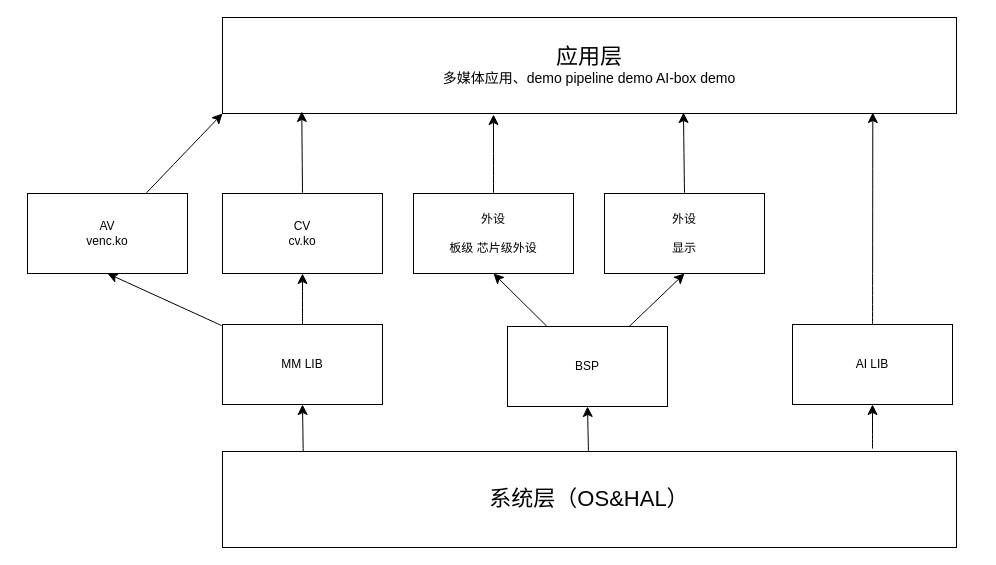
This is WS SDK.drawio from ghoker143/HAL_DriverLib, a draw.io file, before an edit. Source tidied: cells renumbered, new cells numbered last; positions are measured from the earlier drawing's top-left corner, leaving out a move shared by most shapes. Both pictures are drawn from the tidied source at 100%, with x=0, y=0 at pixel (27, 17).
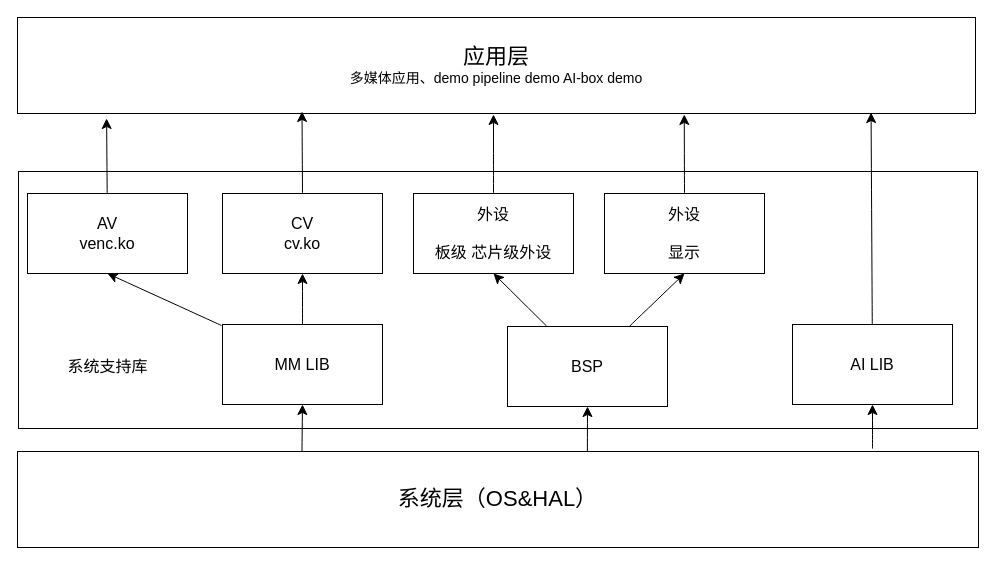
After the change.

Diff of the diagram source:
```diff
@@
+    <mxCell id="23" style="rounded=0;whiteSpace=wrap;html=1;" parent="1" vertex="1">
+      <mxGeometry x="-9" y="154" width="959" height="257" as="geometry" />
+    </mxCell>
@@
-    <mxCell id="4" value="MM LIB" style="rounded=0;whiteSpace=wrap;html=1;" parent="1" vertex="1">
+    <mxCell id="4" value="&lt;font style=&quot;font-size: 16px;&quot;&gt;MM LIB&lt;/font&gt;" style="rounded=0;whiteSpace=wrap;html=1;" parent="1" vertex="1">
       <mxGeometry x="195" y="307" width="160" height="80" as="geometry" />
     </mxCell>
-    <mxCell id="5" style="edgeStyle=none;curved=1;rounded=0;jettySize=auto;html=1;entryX=0.5;entryY=1;entryDx=0;entryDy=0;fontSize=12;startSize=8;endSize=8;exitX=0.11;exitY=0.031;exitDx=0;exitDy=0;exitPerimeter=0;" parent="1" edge="1" source="8" target="4">
+    <mxCell id="5" style="edgeStyle=none;curved=1;rounded=0;jettySize=auto;html=1;entryX=0.5;entryY=1;entryDx=0;entryDy=0;fontSize=12;startSize=8;endSize=8;exitX=0.296;exitY=0.01;exitDx=0;exitDy=0;exitPerimeter=0;" parent="1" edge="1" source="8" target="4">
       <mxGeometry relative="1" as="geometry" />
     </mxCell>
-    <mxCell id="6" style="edgeStyle=none;curved=1;rounded=0;jettySize=auto;html=1;entryX=0.5;entryY=1;entryDx=0;entryDy=0;fontSize=12;startSize=8;endSize=8;" parent="1" edge="1" source="8" target="11">
+    <mxCell id="6" style="edgeStyle=none;curved=1;rounded=0;jettySize=auto;html=1;entryX=0.5;entryY=1;entryDx=0;entryDy=0;fontSize=12;startSize=8;endSize=8;exitX=0.593;exitY=0.01;exitDx=0;exitDy=0;exitPerimeter=0;" parent="1" edge="1" source="8" target="11">
       <mxGeometry relative="1" as="geometry" />
     </mxCell>
@@
     <mxCell id="8" value="&lt;font style=&quot;font-size: 22px;&quot;&gt;系统层（OS&amp;amp;HAL）&lt;/font&gt;" style="rounded=0;whiteSpace=wrap;html=1;" parent="1" vertex="1">
-      <mxGeometry x="195" y="434" width="734" height="96" as="geometry" />
+      <mxGeometry x="-10" y="434" width="961" height="96" as="geometry" />
     </mxCell>
@@
-    <mxCell id="11" value="BSP" style="rounded=0;whiteSpace=wrap;html=1;" parent="1" vertex="1">
+    <mxCell id="11" value="&lt;font style=&quot;font-size: 16px;&quot;&gt;BSP&lt;/font&gt;" style="rounded=0;whiteSpace=wrap;html=1;" parent="1" vertex="1">
       <mxGeometry x="480" y="309" width="160" height="80" as="geometry" />
     </mxCell>
-    <mxCell id="12" value="&lt;div&gt;AI LIB&lt;br&gt;&lt;/div&gt;" style="rounded=0;whiteSpace=wrap;html=1;" parent="1" vertex="1">
+    <mxCell id="12" value="&lt;div style=&quot;font-size: 16px;&quot;&gt;AI LIB&lt;br&gt;&lt;/div&gt;" style="rounded=0;whiteSpace=wrap;html=1;" parent="1" vertex="1">
       <mxGeometry x="765" y="307" width="160" height="80" as="geometry" />
     </mxCell>
-    <mxCell id="13" value="&lt;div&gt;CV&lt;/div&gt;&lt;div&gt;cv.ko&lt;br&gt;&lt;/div&gt;" style="rounded=0;whiteSpace=wrap;html=1;" parent="1" vertex="1">
+    <mxCell id="13" value="&lt;div style=&quot;font-size: 16px;&quot;&gt;&lt;font style=&quot;font-size: 16px;&quot;&gt;CV&lt;/font&gt;&lt;/div&gt;&lt;div style=&quot;font-size: 16px;&quot;&gt;&lt;font style=&quot;font-size: 16px;&quot;&gt;cv.ko&lt;br&gt;&lt;/font&gt;&lt;/div&gt;" style="rounded=0;whiteSpace=wrap;html=1;" parent="1" vertex="1">
       <mxGeometry x="195" y="176" width="160" height="80" as="geometry" />
     </mxCell>
-    <mxCell id="14" style="edgeStyle=none;curved=1;rounded=0;jettySize=auto;html=1;entryX=0;entryY=1;entryDx=0;entryDy=0;fontSize=12;startSize=8;endSize=8;" parent="1" edge="1" source="15" target="19">
+    <mxCell id="14" style="edgeStyle=none;curved=1;rounded=0;jettySize=auto;html=1;entryX=0.093;entryY=1.052;entryDx=0;entryDy=0;fontSize=12;startSize=8;endSize=8;entryPerimeter=0;" parent="1" edge="1" source="15" target="19">
       <mxGeometry relative="1" as="geometry" />
     </mxCell>
-    <mxCell id="15" value="&lt;div&gt;AV&lt;/div&gt;&lt;div&gt;venc.ko&lt;br&gt;&lt;/div&gt;" style="rounded=0;whiteSpace=wrap;html=1;" parent="1" vertex="1">
+    <mxCell id="15" value="&lt;div style=&quot;font-size: 16px;&quot;&gt;&lt;font style=&quot;font-size: 16px;&quot;&gt;AV&lt;/font&gt;&lt;/div&gt;&lt;div style=&quot;font-size: 16px;&quot;&gt;&lt;font style=&quot;font-size: 16px;&quot;&gt;venc.ko&lt;br&gt;&lt;/font&gt;&lt;/div&gt;" style="rounded=0;whiteSpace=wrap;html=1;" parent="1" vertex="1">
       <mxGeometry y="176" width="160" height="80" as="geometry" />
     </mxCell>
@@
-    <mxCell id="17" value="&lt;div&gt;外设&lt;br&gt;&lt;/div&gt;&lt;div&gt;&lt;br&gt;&lt;/div&gt;&lt;div&gt;板级 芯片级外设&lt;br&gt;&lt;/div&gt;" style="rounded=0;whiteSpace=wrap;html=1;" parent="1" vertex="1">
+    <mxCell id="17" value="&lt;div style=&quot;font-size: 16px;&quot;&gt;&lt;font style=&quot;font-size: 16px;&quot;&gt;外设&lt;br&gt;&lt;/font&gt;&lt;/div&gt;&lt;div style=&quot;font-size: 16px;&quot;&gt;&lt;font style=&quot;font-size: 16px;&quot;&gt;&lt;br&gt;&lt;/font&gt;&lt;/div&gt;&lt;div style=&quot;font-size: 16px;&quot;&gt;&lt;font style=&quot;font-size: 16px;&quot;&gt;板级 芯片级外设&lt;br&gt;&lt;/font&gt;&lt;/div&gt;" style="rounded=0;whiteSpace=wrap;html=1;" parent="1" vertex="1">
       <mxGeometry x="386" y="176" width="160" height="80" as="geometry" />
     </mxCell>
-    <mxCell id="18" value="&lt;div&gt;外设&lt;br&gt;&lt;/div&gt;&lt;div&gt;&lt;br&gt;&lt;/div&gt;&lt;div&gt;显示&lt;br&gt;&lt;/div&gt;" style="rounded=0;whiteSpace=wrap;html=1;" parent="1" vertex="1">
+    <mxCell id="18" value="&lt;div style=&quot;font-size: 16px;&quot;&gt;&lt;font style=&quot;font-size: 16px;&quot;&gt;外设&lt;br&gt;&lt;/font&gt;&lt;/div&gt;&lt;div style=&quot;font-size: 16px;&quot;&gt;&lt;font style=&quot;font-size: 16px;&quot;&gt;&lt;br&gt;&lt;/font&gt;&lt;/div&gt;&lt;div style=&quot;font-size: 16px;&quot;&gt;&lt;font style=&quot;font-size: 16px;&quot;&gt;显示&lt;br&gt;&lt;/font&gt;&lt;/div&gt;" style="rounded=0;whiteSpace=wrap;html=1;" parent="1" vertex="1">
       <mxGeometry x="577" y="176" width="160" height="80" as="geometry" />
     </mxCell>
     <mxCell id="19" value="&lt;div&gt;&lt;font style=&quot;font-size: 22px;&quot;&gt;应用层&lt;/font&gt;&lt;/div&gt;&lt;div style=&quot;font-size: 14px;&quot;&gt;&lt;font style=&quot;font-size: 14px;&quot;&gt;多媒体应用、demo pipeline demo AI-box demo &lt;br&gt;&lt;/font&gt;&lt;/div&gt;" style="rounded=0;whiteSpace=wrap;html=1;" parent="1" vertex="1">
-      <mxGeometry x="195" width="734" height="96" as="geometry" />
+      <mxGeometry x="-10" width="958" height="96" as="geometry" />
     </mxCell>
-    <mxCell id="20" style="edgeStyle=none;curved=1;rounded=0;jettySize=auto;html=1;entryX=0.886;entryY=0.99;entryDx=0;entryDy=0;entryPerimeter=0;fontSize=12;startSize=8;endSize=8;" parent="1" edge="1" source="12" target="19">
+    <mxCell id="20" style="edgeStyle=none;curved=1;rounded=0;jettySize=auto;html=1;entryX=0.891;entryY=0.99;entryDx=0;entryDy=0;entryPerimeter=0;fontSize=12;startSize=8;endSize=8;" parent="1" edge="1" source="12" target="19">
       <mxGeometry relative="1" as="geometry" />
     </mxCell>
-    <mxCell id="21" style="edgeStyle=none;curved=1;rounded=0;jettySize=auto;html=1;exitX=0.5;exitY=0;exitDx=0;exitDy=0;entryX=0.628;entryY=0.99;entryDx=0;entryDy=0;entryPerimeter=0;fontSize=12;startSize=8;endSize=8;" parent="1" edge="1" source="18" target="19">
+    <mxCell id="21" style="edgeStyle=none;curved=1;rounded=0;jettySize=auto;html=1;exitX=0.5;exitY=0;exitDx=0;exitDy=0;entryX=0.696;entryY=1.01;entryDx=0;entryDy=0;entryPerimeter=0;fontSize=12;startSize=8;endSize=8;" parent="1" edge="1" source="18" target="19">
       <mxGeometry relative="1" as="geometry" />
     </mxCell>
-    <mxCell id="22" style="edgeStyle=none;curved=1;rounded=0;jettySize=auto;html=1;exitX=0.5;exitY=0;exitDx=0;exitDy=0;entryX=0.108;entryY=0.979;entryDx=0;entryDy=0;entryPerimeter=0;fontSize=12;startSize=8;endSize=8;" parent="1" edge="1" source="13" target="19">
+    <mxCell id="22" style="edgeStyle=none;curved=1;rounded=0;jettySize=auto;html=1;exitX=0.5;exitY=0;exitDx=0;exitDy=0;entryX=0.297;entryY=0.979;entryDx=0;entryDy=0;entryPerimeter=0;fontSize=12;startSize=8;endSize=8;" parent="1" edge="1" source="13" target="19">
       <mxGeometry relative="1" as="geometry" />
     </mxCell>
+    <mxCell id="24" value="系统支持库" style="text;strokeColor=none;fillColor=none;html=1;align=center;verticalAlign=middle;whiteSpace=wrap;rounded=0;fontSize=16;" parent="1" vertex="1">
+      <mxGeometry x="28.5" y="318" width="103" height="62" as="geometry" />
+    </mxCell>
```
